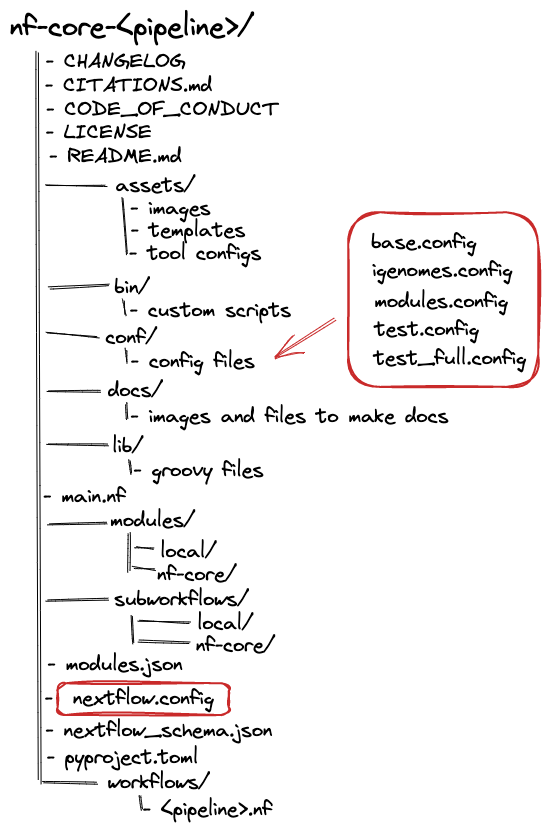
Sydney-Informatics-Hub/customising-nfcore-workshop keeps this Excalidraw diagram as docs/figs/1.3_structure.excalidraw.png. Above is the earlier version. Source tidied: one line per element, renumbered; positions are measured from the earlier drawing's top-left corner, leaving out a move shared by most shapes.
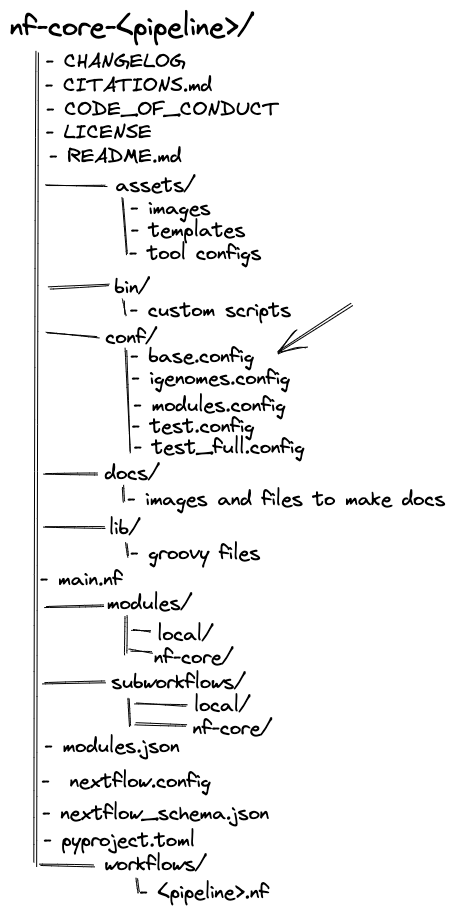
The same diagram one commit later.

What changed in the source:
```diff
@@ -1,38 +1,37 @@
-{"id": 0, "type": "text", "text": "nf-core-<pipeline>/", "strokeColor": "#000000", "strokeWidth": 1, "roughness": 1, "fontSize": 28, "fontFamily": 1, "x": 0, "y": 0, "width": 244, "height": 36}
+{"id": 0, "type": "text", "text": "nf-core-<pipeline>/", "strokeColor": "#000000", "strokeWidth": 1, "roughness": 1, "fontSize": 28, "fontFamily": 1, "x": 3, "y": -83, "width": 244, "height": 36}
-{"id": 1, "type": "text", "text": "- CHANGELOG", "strokeColor": "#000000", "strokeWidth": 1, "roughness": 1, "fontSize": 20, "fontFamily": 1, "x": 36, "y": 39, "width": 142, "height": 25}
+{"id": 1, "type": "text", "text": "- CHANGELOG", "strokeColor": "#000000", "strokeWidth": 1, "roughness": 1, "fontSize": 20, "fontFamily": 1, "x": 39, "y": -43, "width": 142, "height": 25}
-{"id": 2, "type": "text", "text": "- CITATIONS.md", "strokeColor": "#000000", "strokeWidth": 1, "roughness": 1, "fontSize": 20, "fontFamily": 1, "x": 35, "y": 63, "width": 169, "height": 25}
+{"id": 2, "type": "text", "text": "- CITATIONS.md", "strokeColor": "#000000", "strokeWidth": 1, "roughness": 1, "fontSize": 20, "fontFamily": 1, "x": 38, "y": -20, "width": 169, "height": 25}
-{"id": 3, "type": "text", "text": "- CODE_OF_CONDUCT", "strokeColor": "#000000", "strokeWidth": 1, "roughness": 1, "fontSize": 20, "fontFamily": 1, "x": 36, "y": 87, "width": 235, "height": 25}
+{"id": 3, "type": "text", "text": "- CODE_OF_CONDUCT", "strokeColor": "#000000", "strokeWidth": 1, "roughness": 1, "fontSize": 20, "fontFamily": 1, "x": 39, "y": 4, "width": 235, "height": 25}
-{"id": 4, "type": "text", "text": "- LICENSE", "strokeColor": "#000000", "strokeWidth": 1, "roughness": 1, "fontSize": 20, "fontFamily": 1, "x": 36, "y": 110, "width": 108, "height": 25}
+{"id": 4, "type": "text", "text": "- LICENSE", "strokeColor": "#000000", "strokeWidth": 1, "roughness": 1, "fontSize": 20, "fontFamily": 1, "x": 39, "y": 27, "width": 108, "height": 25}
-{"id": 5, "type": "text", "text": "- README.md", "strokeColor": "#000000", "strokeWidth": 1, "roughness": 1, "fontSize": 20, "fontFamily": 1, "x": 39, "y": 134, "width": 134, "height": 25}
+{"id": 5, "type": "text", "text": "- README.md", "strokeColor": "#000000", "strokeWidth": 1, "roughness": 1, "fontSize": 20, "fontFamily": 1, "x": 42, "y": 51, "width": 134, "height": 25}
-{"id": 6, "type": "text", "text": "assets/", "strokeColor": "#000000", "strokeWidth": 1, "roughness": 1, "fontSize": 20, "fontFamily": 1, "x": 106, "y": 163, "width": 80, "height": 25}
+{"id": 6, "type": "text", "text": "assets/", "strokeColor": "#000000", "strokeWidth": 1, "roughness": 1, "fontSize": 20, "fontFamily": 1, "x": 109, "y": 80, "width": 80, "height": 25}
-{"id": 7, "type": "text", "text": "bin/", "strokeColor": "#000000", "strokeWidth": 1, "roughness": 1, "fontSize": 20, "fontFamily": 1, "x": 105, "y": 265, "width": 36, "height": 25}
+{"id": 7, "type": "text", "text": "bin/", "strokeColor": "#000000", "strokeWidth": 1, "roughness": 1, "fontSize": 20, "fontFamily": 1, "x": 108, "y": 182, "width": 36, "height": 25}
-{"id": 8, "type": "text", "text": "- custom scripts", "strokeColor": "#000000", "strokeWidth": 1, "roughness": 1, "fontSize": 20, "fontFamily": 1, "x": 120, "y": 288, "width": 163, "height": 25}
+{"id": 8, "type": "text", "text": "- custom scripts", "strokeColor": "#000000", "strokeWidth": 1, "roughness": 1, "fontSize": 20, "fontFamily": 1, "x": 123, "y": 205, "width": 163, "height": 25}
 {"id": 9, "type": "text", "text": "- modules.json", "strokeColor": "#000000", "strokeWidth": 1, "roughness": 1, "fontSize": 20, "fontFamily": 1, "x": 38, "y": 642, "width": 137, "height": 25}
 {"id": 10, "type": "text", "text": "-  nextflow.config", "strokeColor": "#000000", "strokeWidth": 1, "roughness": 1, "fontSize": 20, "fontFamily": 1, "x": 35, "y": 676, "width": 171, "height": 25}
-{"id": 11, "type": "text", "text": "- nextflow_schema.json", "strokeColor": "#000000", "strokeWidth": 1, "roughness": 1, "fontSize": 20, "fontFamily": 1, "x": 35, "y": 708, "width": 229, "height": 25}
+{"id": 11, "type": "text", "text": "- nextflow_schema.json", "strokeColor": "#000000", "strokeWidth": 1, "roughness": 1, "fontSize": 20, "fontFamily": 1, "x": 36, "y": 708, "width": 229, "height": 25}
 {"id": 12, "type": "text", "text": "- pyproject.toml", "strokeColor": "#000000", "strokeWidth": 1, "roughness": 1, "fontSize": 20, "fontFamily": 1, "x": 37, "y": 735, "width": 154, "height": 25}
 {"id": 13, "type": "text", "text": "- <pipeline>.nf", "strokeColor": "#000000", "strokeWidth": 1, "roughness": 1, "fontSize": 20, "fontFamily": 1, "x": 133, "y": 787, "width": 132, "height": 25}
-{"id": 14, "type": "line", "strokeColor": "#000000", "strokeWidth": 1, "roughness": 2, "round": true, "x": 27, "y": 41, "width": 6, "height": 732, "points": [[0, 0], [6, 732]]}
+{"id": 14, "type": "line", "strokeColor": "#000000", "strokeWidth": 1, "roughness": 2, "round": true, "x": 30, "y": -42, "width": 1, "height": 815, "points": [[0, 0], [1, 815]]}
-{"id": 15, "type": "text", "text": "- images", "strokeColor": "#000000", "strokeWidth": 1, "roughness": 1, "fontSize": 20, "fontFamily": 1, "x": 120, "y": 186, "width": 82, "height": 25}
+{"id": 15, "type": "text", "text": "- images", "strokeColor": "#000000", "strokeWidth": 1, "roughness": 1, "fontSize": 20, "fontFamily": 1, "x": 123, "y": 104, "width": 82, "height": 25}
-{"id": 16, "type": "text", "text": "- templates", "strokeColor": "#000000", "strokeWidth": 1, "roughness": 1, "fontSize": 20, "fontFamily": 1, "x": 121, "y": 208, "width": 117, "height": 25}
+{"id": 16, "type": "text", "text": "- templates", "strokeColor": "#000000", "strokeWidth": 1, "roughness": 1, "fontSize": 20, "fontFamily": 1, "x": 124, "y": 126, "width": 117, "height": 25}
-{"id": 17, "type": "text", "text": "- tool configs", "strokeColor": "#000000", "strokeWidth": 1, "roughness": 1, "fontSize": 20, "fontFamily": 1, "x": 119, "y": 231, "width": 134, "height": 25}
+{"id": 17, "type": "text", "text": "- tool configs", "strokeColor": "#000000", "strokeWidth": 1, "roughness": 1, "fontSize": 20, "fontFamily": 1, "x": 122, "y": 148, "width": 134, "height": 25}
-{"id": 18, "type": "text", "text": "conf/", "strokeColor": "#000000", "strokeWidth": 1, "roughness": 1, "fontSize": 20, "fontFamily": 1, "x": 96, "y": 315, "width": 52, "height": 25}
+{"id": 18, "type": "text", "text": "conf/", "strokeColor": "#000000", "strokeWidth": 1, "roughness": 1, "fontSize": 20, "fontFamily": 1, "x": 99, "y": 232, "width": 52, "height": 25}
-{"id": 19, "type": "text", "text": "base.config", "strokeColor": "#000000", "strokeWidth": 1, "roughness": 1, "fontSize": 20, "fontFamily": 1, "x": 361, "y": 220, "width": 107, "height": 25}
+{"id": 19, "type": "text", "text": "- base.config", "strokeColor": "#000000", "strokeWidth": 1, "roughness": 1, "fontSize": 20, "fontFamily": 1, "x": 124, "y": 252, "width": 126, "height": 25}
-{"id": 20, "type": "text", "text": "igenomes.config", "strokeColor": "#000000", "strokeWidth": 1, "roughness": 1, "fontSize": 20, "fontFamily": 1, "x": 362, "y": 248, "width": 142, "height": 25}
+{"id": 20, "type": "text", "text": "- igenomes.config", "strokeColor": "#000000", "strokeWidth": 1, "roughness": 1, "fontSize": 20, "fontFamily": 1, "x": 125, "y": 273, "width": 160, "height": 25}
-{"id": 21, "type": "text", "text": "modules.config", "strokeColor": "#000000", "strokeWidth": 1, "roughness": 1, "fontSize": 20, "fontFamily": 1, "x": 364, "y": 279, "width": 136, "height": 25}
+{"id": 21, "type": "text", "text": "- modules.config", "strokeColor": "#000000", "strokeWidth": 1, "roughness": 1, "fontSize": 20, "fontFamily": 1, "x": 127, "y": 300, "width": 154, "height": 25}
-{"id": 22, "type": "text", "text": "test.config", "strokeColor": "#000000", "strokeWidth": 1, "roughness": 1, "fontSize": 20, "fontFamily": 1, "x": 365, "y": 307, "width": 106, "height": 25}
+{"id": 22, "type": "text", "text": "- test.config", "strokeColor": "#000000", "strokeWidth": 1, "roughness": 1, "fontSize": 20, "fontFamily": 1, "x": 125, "y": 322, "width": 125, "height": 25}
-{"id": 23, "type": "text", "text": "test_full.config", "strokeColor": "#000000", "strokeWidth": 1, "roughness": 1, "fontSize": 20, "fontFamily": 1, "x": 364, "y": 336, "width": 155, "height": 25}
+{"id": 23, "type": "text", "text": "- test_full.config", "strokeColor": "#000000", "strokeWidth": 1, "roughness": 1, "fontSize": 20, "fontFamily": 1, "x": 127, "y": 343, "width": 173, "height": 25}
 {"id": 24, "type": "text", "text": "docs/", "strokeColor": "#000000", "strokeWidth": 1, "roughness": 1, "fontSize": 20, "fontFamily": 1, "x": 98, "y": 368, "width": 55, "height": 25}
 {"id": 25, "type": "text", "text": "- images and files to make docs", "strokeColor": "#000000", "strokeWidth": 1, "roughness": 1, "fontSize": 20, "fontFamily": 1, "x": 120, "y": 394, "width": 320, "height": 25}
-{"id": 26, "type": "text", "text": "- groovy files", "strokeColor": "#000000", "strokeWidth": 1, "roughness": 1, "fontSize": 20, "fontFamily": 1, "x": 123, "y": 448, "width": 132, "height": 25}
+{"id": 26, "type": "text", "text": "- groovy files", "strokeColor": "#000000", "strokeWidth": 1, "roughness": 1, "fontSize": 20, "fontFamily": 1, "x": 124, "y": 448, "width": 132, "height": 25}
 {"id": 27, "type": "text", "text": "- main.nf", "strokeColor": "#000000", "strokeWidth": 1, "roughness": 1, "fontSize": 20, "fontFamily": 1, "x": 33, "y": 474, "width": 84, "height": 25}
-{"id": 28, "type": "line", "strokeColor": "#000000", "strokeWidth": 1, "roughness": 1, "round": true, "x": 35, "y": 175, "width": 61, "height": 1, "points": [[0, 0], [61, 1]]}
+{"id": 28, "type": "line", "strokeColor": "#000000", "strokeWidth": 1, "roughness": 1, "round": true, "x": 38, "y": 92, "width": 61, "height": 1, "points": [[0, 0], [61, 1]]}
-{"id": 29, "type": "line", "strokeColor": "#000000", "strokeWidth": 1, "roughness": 1, "round": true, "x": 112, "y": 188, "width": 5, "height": 56, "points": [[0, 0], [5, 56]]}
+{"id": 29, "type": "line", "strokeColor": "#000000", "strokeWidth": 1, "roughness": 1, "round": true, "x": 115, "y": 106, "width": 5, "height": 56, "points": [[0, 0], [5, 56]]}
-{"id": 30, "type": "line", "strokeColor": "#000000", "strokeWidth": 1, "roughness": 1, "round": true, "x": 38, "y": 278, "width": 60, "height": 3, "points": [[0, 0], [60, -3]]}
+{"id": 30, "type": "line", "strokeColor": "#000000", "strokeWidth": 1, "roughness": 1, "round": true, "x": 42, "y": 195, "width": 60, "height": 3, "points": [[0, 0], [60, -3]]}
-{"id": 31, "type": "line", "strokeColor": "#000000", "strokeWidth": 1, "roughness": 1, "round": true, "x": 113, "y": 290, "width": 4, "height": 15, "points": [[0, 0], [4, 15]]}
+{"id": 31, "type": "line", "strokeColor": "#000000", "strokeWidth": 1, "roughness": 1, "round": true, "x": 116, "y": 207, "width": 4, "height": 15, "points": [[0, 0], [4, 15]]}
-{"id": 32, "type": "text", "text": "- config files", "strokeColor": "#000000", "strokeWidth": 1, "roughness": 1, "fontSize": 20, "fontFamily": 1, "x": 121, "y": 339, "width": 126, "height": 25}
-{"id": 33, "type": "line", "strokeColor": "#000000", "strokeWidth": 1, "roughness": 1, "round": true, "x": 116, "y": 338, "width": 0, "height": 15, "points": [[0, 0], [0, 15]]}
+{"id": 33, "type": "line", "strokeColor": "#000000", "strokeWidth": 1, "roughness": 1, "round": true, "x": 119, "y": 256, "width": 3, "height": 104, "points": [[0, 0], [3, 104]]}
-{"id": 34, "type": "line", "strokeColor": "#000000", "strokeWidth": 1, "roughness": 1, "round": true, "x": 37, "y": 322, "width": 51, "height": 5, "points": [[0, 0], [51, 5]]}
+{"id": 34, "type": "line", "strokeColor": "#000000", "strokeWidth": 1, "roughness": 1, "round": true, "x": 40, "y": 240, "width": 51, "height": 5, "points": [[0, 0], [51, 5]]}
 {"id": 35, "type": "line", "strokeColor": "#000000", "strokeWidth": 1, "roughness": 1, "round": true, "x": 37, "y": 381, "width": 52, "height": 1, "points": [[0, 0], [52, 1]]}
 {"id": 36, "type": "line", "strokeColor": "#000000", "strokeWidth": 1, "roughness": 1, "round": true, "x": 116, "y": 393, "width": 2, "height": 16, "points": [[0, 0], [2, 16]]}
 {"id": 37, "type": "line", "strokeColor": "#000000", "strokeWidth": 1, "roughness": 1, "round": true, "x": 38, "y": 515, "width": 58, "height": 2, "points": [[0, 0], [58, -2]]}
@@ -55,6 +54,4 @@
 {"id": 54, "type": "line", "strokeColor": "#000000", "strokeWidth": 1, "roughness": 1, "round": true, "x": 33, "y": 773, "width": 55, "height": 1, "points": [[0, 0], [55, 1]]}
 {"id": 55, "type": "text", "text": "workflows/", "strokeColor": "#000000", "strokeWidth": 1, "roughness": 1, "fontSize": 20, "fontFamily": 1, "x": 98, "y": 760, "width": 103, "height": 25}
 {"id": 56, "type": "line", "strokeColor": "#000000", "strokeWidth": 1, "roughness": 1, "round": true, "x": 131, "y": 785, "width": 2, "height": 15, "points": [[0, 0], [2, 15]]}
-{"id": 57, "type": "rectangle", "strokeColor": "#c92a2a", "strokeWidth": 2, "roughness": 2, "round": true, "x": 338, "y": 202, "width": 190, "height": 175}
-{"id": 58, "type": "arrow", "strokeColor": "#c92a2a", "strokeWidth": 1, "roughness": 1, "endArrowhead": "arrow", "round": true, "from": 57, "x": 325, "y": 309, "width": 61, "height": 37, "points": [[0, 0], [-61, 37]]}
+{"id": 58, "type": "arrow", "strokeColor": "#000000", "strokeWidth": 1, "roughness": 1, "endArrowhead": "arrow", "round": true, "to": 20, "x": 345, "y": 211, "width": 75, "height": 47, "points": [[0, 0], [-75, 47]]}
-{"id": 59, "type": "rectangle", "strokeColor": "#c92a2a", "strokeWidth": 2, "roughness": 2, "round": true, "x": 48, "y": 673, "width": 171, "height": 32}
```
